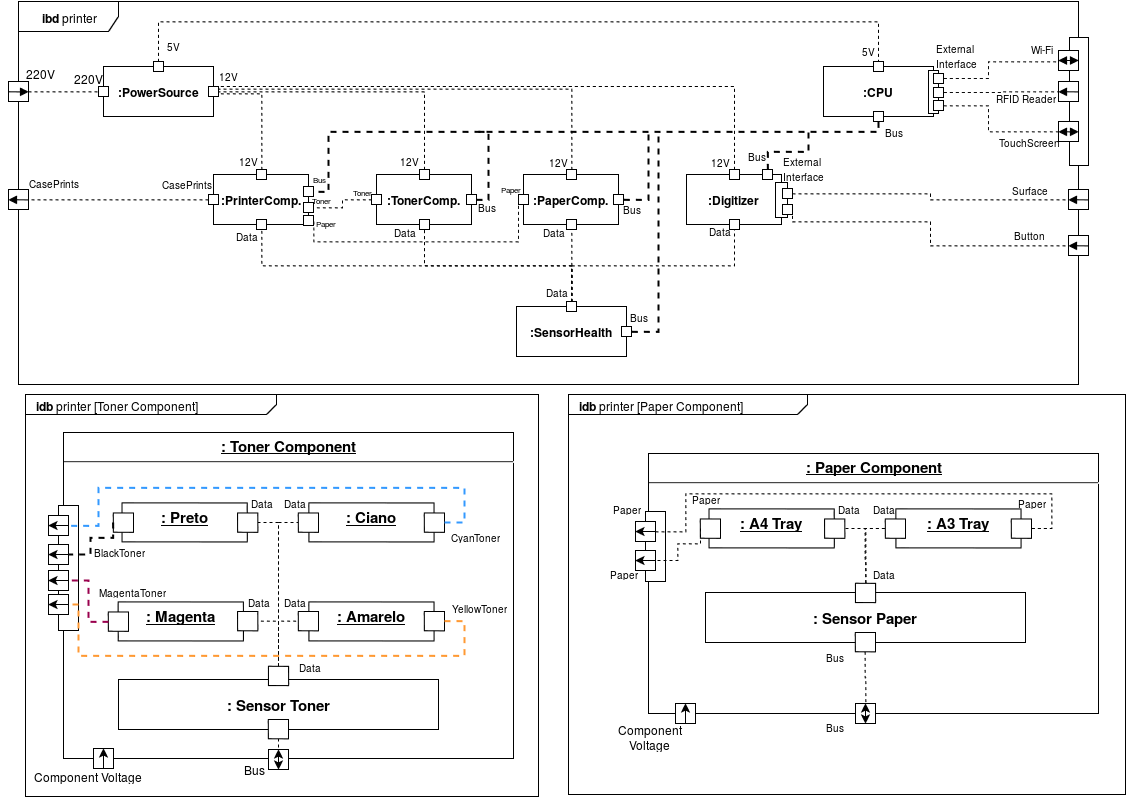
Earlier version of the draw.io export recursos_ent3/ibd_printer.png (henrical/AMS). Source tidied: cells renumbered, new cells last; positions are measured from the earlier drawing's top-left corner, leaving out a move shared by most shapes.
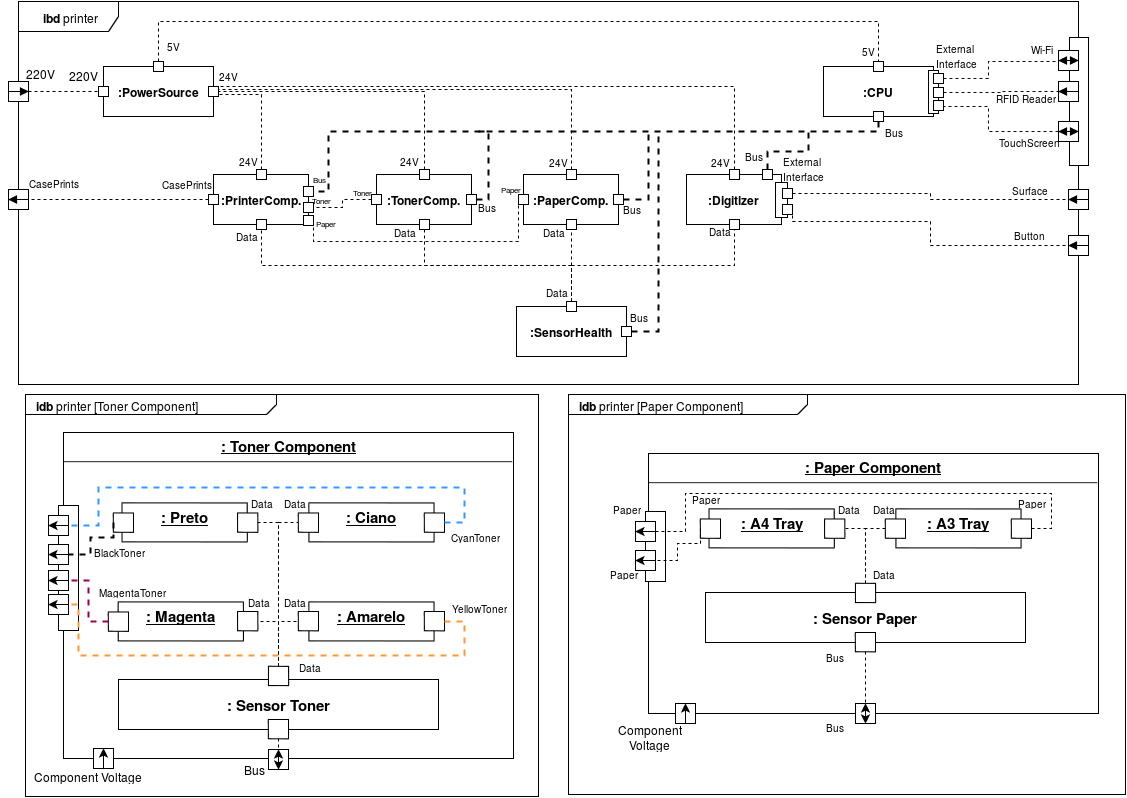
Later version of the same file.

Diff of the diagram source:
```diff
@@ -136,7 +136,7 @@
     <mxCell id="44" style="whiteSpace=wrap;html=1;fillColor=#ffffff;align=center;strokeColor=#000000;" parent="39" vertex="1">
       <mxGeometry x="48" width="10" height="10" as="geometry" />
     </mxCell>
-    <mxCell id="45" value="&lt;font style=&quot;font-size: 10px&quot;&gt;12V&lt;/font&gt;" style="text;html=1;align=center;fontStyle=0;verticalAlign=middle;spacingLeft=3;spacingRight=3;strokeColor=none;fillColor=none;" parent="1" vertex="1">
+    <mxCell id="45" value="24V" style="text;html=1;align=center;fontStyle=0;verticalAlign=middle;spacingLeft=3;spacingRight=3;strokeColor=none;fillColor=none;fontSize=10;" parent="1" vertex="1">
       <mxGeometry x="210" y="64" width="20" height="19" as="geometry" />
     </mxCell>
     <mxCell id="46" style="edgeStyle=orthogonalEdgeStyle;rounded=0;html=1;exitX=0.5;exitY=0;entryX=1;entryY=0.5;dashed=1;startArrow=none;startFill=0;endArrow=none;endFill=0;jettySize=auto;strokeColor=#000000;strokeWidth=1;" parent="1" edge="1" source="20" target="6">
@@ -746,16 +746,16 @@
     <mxCell id="203" value="CasePrints" style="text;html=1;strokeColor=none;fillColor=none;align=center;verticalAlign=middle;whiteSpace=wrap;overflow=hidden;fontSize=10;" parent="1" vertex="1">
       <mxGeometry x="17" y="171" width="55" height="20" as="geometry" />
     </mxCell>
-    <mxCell id="204" value="&lt;font style=&quot;font-size: 10px&quot;&gt;12V&lt;/font&gt;" style="text;html=1;align=center;fontStyle=0;verticalAlign=middle;spacingLeft=3;spacingRight=3;strokeColor=none;fillColor=none;" parent="1" vertex="1">
+    <mxCell id="204" value="24V" style="text;html=1;align=center;fontStyle=0;verticalAlign=middle;spacingLeft=3;spacingRight=3;strokeColor=none;fillColor=none;fontSize=10;" parent="1" vertex="1">
       <mxGeometry x="230" y="149" width="20" height="19" as="geometry" />
     </mxCell>
-    <mxCell id="205" value="&lt;font style=&quot;font-size: 10px&quot;&gt;12V&lt;/font&gt;" style="text;html=1;align=center;fontStyle=0;verticalAlign=middle;spacingLeft=3;spacingRight=3;strokeColor=none;fillColor=none;" parent="1" vertex="1">
+    <mxCell id="205" value="24V" style="text;html=1;align=center;fontStyle=0;verticalAlign=middle;spacingLeft=3;spacingRight=3;strokeColor=none;fillColor=none;fontSize=10;" parent="1" vertex="1">
       <mxGeometry x="391" y="149" width="20" height="19" as="geometry" />
     </mxCell>
-    <mxCell id="206" value="&lt;font style=&quot;font-size: 10px&quot;&gt;12V&lt;/font&gt;" style="text;html=1;align=center;fontStyle=0;verticalAlign=middle;spacingLeft=3;spacingRight=3;strokeColor=none;fillColor=none;" parent="1" vertex="1">
+    <mxCell id="206" value="24V" style="text;html=1;align=center;fontStyle=0;verticalAlign=middle;spacingLeft=3;spacingRight=3;strokeColor=none;fillColor=none;fontSize=10;" parent="1" vertex="1">
       <mxGeometry x="540" y="150" width="20" height="19" as="geometry" />
     </mxCell>
-    <mxCell id="207" value="&lt;font style=&quot;font-size: 10px&quot;&gt;12V&lt;/font&gt;" style="text;html=1;align=center;fontStyle=0;verticalAlign=middle;spacingLeft=3;spacingRight=3;strokeColor=none;fillColor=none;" parent="1" vertex="1">
+    <mxCell id="207" value="24V" style="text;html=1;align=center;fontStyle=0;verticalAlign=middle;spacingLeft=3;spacingRight=3;strokeColor=none;fillColor=none;fontSize=10;" parent="1" vertex="1">
       <mxGeometry x="702" y="150" width="20" height="19" as="geometry" />
     </mxCell>
     <mxCell id="208" value="5V" style="text;html=1;align=center;fontStyle=0;verticalAlign=middle;spacingLeft=3;spacingRight=3;strokeColor=none;fillColor=none;fontSize=10;" parent="1" vertex="1">
@@ -798,10 +798,10 @@
       <mxGeometry x="677" y="487" width="40" height="20" as="geometry" />
     </mxCell>
     <mxCell id="221" value="Bus" style="text;html=1;strokeColor=none;fillColor=none;align=center;verticalAlign=middle;whiteSpace=wrap;overflow=hidden;fontSize=10;" parent="1" vertex="1">
-      <mxGeometry x="728" y="144" width="40" height="20" as="geometry" />
+      <mxGeometry x="725" y="144" width="40" height="20" as="geometry" />
     </mxCell>
     <mxCell id="222" value="220V" style="text;html=1;align=center;fontStyle=0;verticalAlign=middle;spacingLeft=3;spacingRight=3;strokeColor=none;fillColor=none;" parent="1" vertex="1">
-      <mxGeometry x="65" y="64" width="30" height="26" as="geometry" />
+      <mxGeometry x="60" y="61" width="30" height="26" as="geometry" />
     </mxCell>
     <mxCell id="223" value="CyanToner" style="text;html=1;strokeColor=none;fillColor=none;align=center;verticalAlign=middle;whiteSpace=wrap;overflow=hidden;fontSize=10;" parent="1" vertex="1">
       <mxGeometry x="436" y="525" width="61" height="20" as="geometry" />
```
